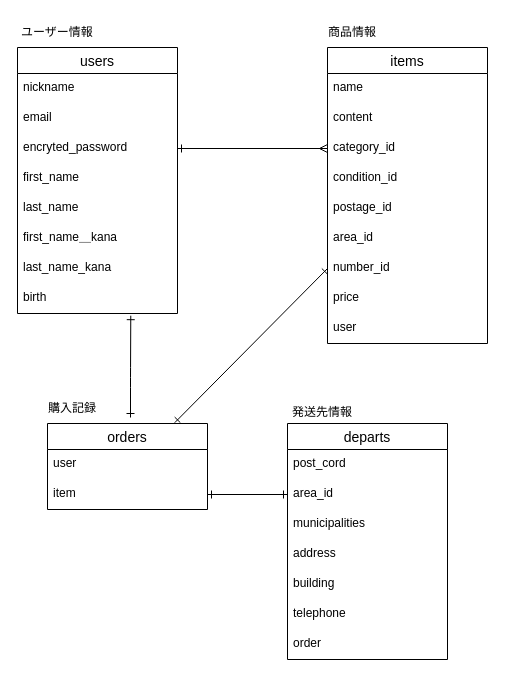
This is furima.dio from asumi-ichiba/furima-38719, a draw.io file, before an edit. Source tidied: cells renumbered, new cells numbered last; positions are measured from the earlier drawing's top-left corner, leaving out a move shared by most shapes. Both pictures are drawn from the tidied source at 100%, with x=0, y=0 at pixel (17, 17).
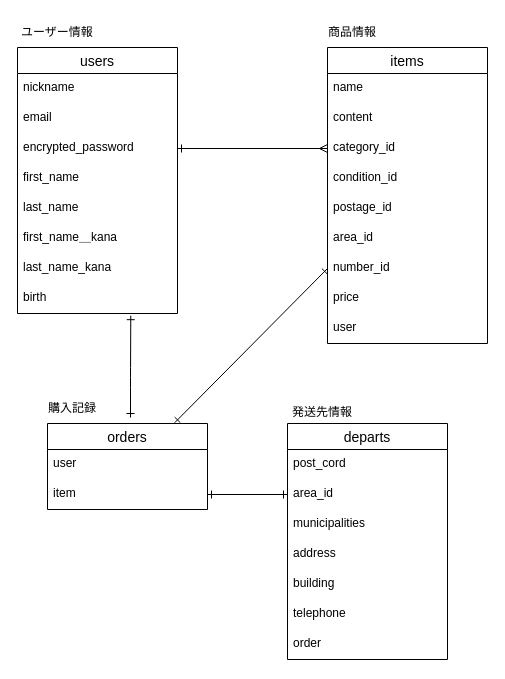
The same diagram, later.

The change refers to these unchanged cells:
```xml
<mxCell id="3" value="users" style="swimlane;fontStyle=0;horizontal=1;startSize=26;align=center;fontSize=14;" parent="1" vertex="1">
  <mxGeometry y="30" width="160" height="266" as="geometry" />
</mxCell>
```

Diff of the diagram source:
```diff
@@
-    <mxCell id="6" value="encryted_password" style="text;strokeColor=none;fillColor=none;spacingLeft=4;spacingRight=4;overflow=hidden;points=[[0,0.5],[1,0.5]];portConstraint=eastwest;fontSize=12;" parent="3" vertex="1">
+    <mxCell id="6" value="encrypted_password" style="text;strokeColor=none;fillColor=none;spacingLeft=4;spacingRight=4;overflow=hidden;points=[[0,0.5],[1,0.5]];portConstraint=eastwest;fontSize=12;" parent="3" vertex="1">
       <mxGeometry y="86" width="160" height="30" as="geometry" />
     </mxCell>
```
